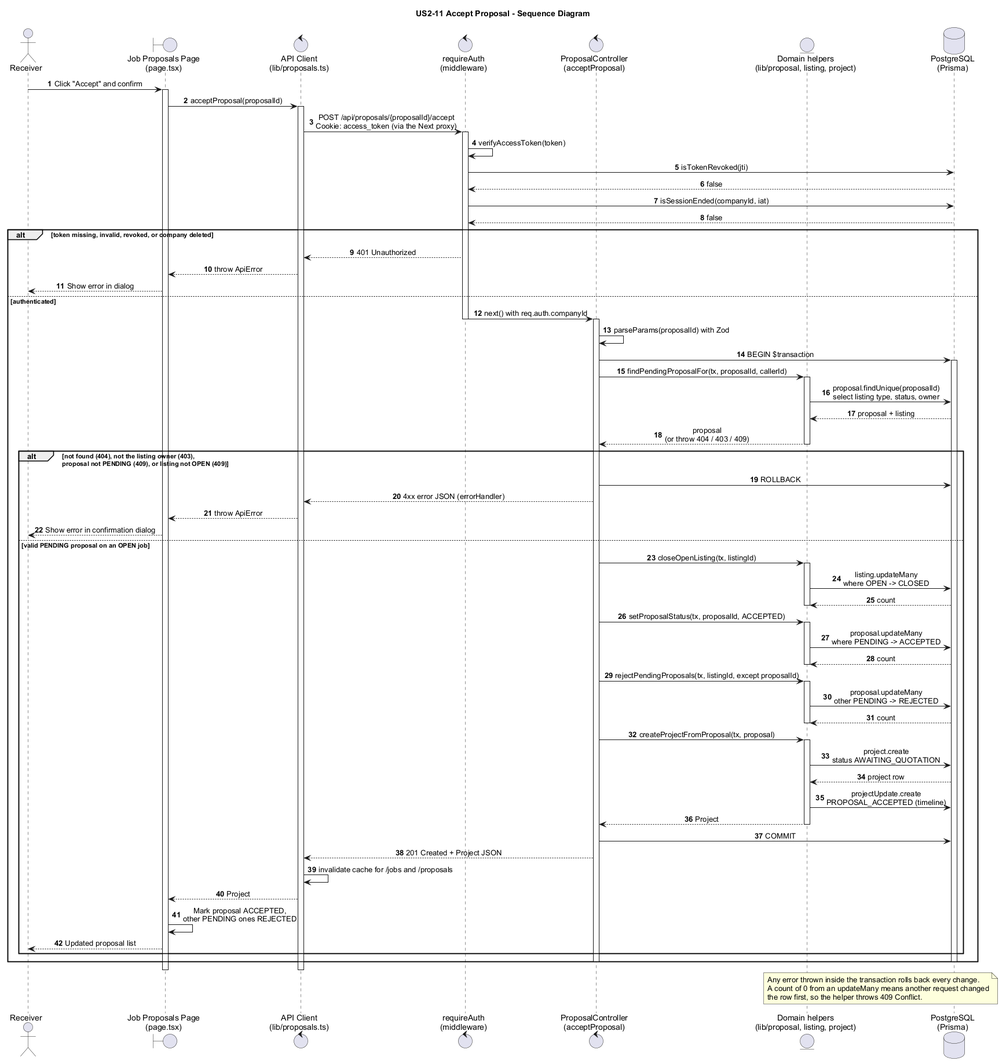
The PlantUML diagram docs/uml/sequence/accept-proposal-implementation.png in taofuuu/MangoDB, before a commit. Its diagram source:
```plantuml
@startuml accept-proposal-implementation
title US2-11 Accept Proposal - Sequence Diagram

skinparam shadowing false
skinparam defaultFontName Arial
skinparam sequenceMessageAlign center
<style>
participant {
  Padding 12
}
</style>
autonumber

actor Receiver
boundary "Job Proposals Page\n(page.tsx)" as Page
control "API Client\n(lib/proposals.ts)" as Client
control "requireAuth\n(middleware)" as Auth
control "ProposalController\n(acceptProposal)" as Ctrl
entity "Domain helpers\n(lib/proposal, listing, project)" as Lib
database "PostgreSQL\n(Prisma)" as DB

Receiver -> Page : Click "Accept" and confirm
activate Page
Page -> Client : acceptProposal(proposalId)
activate Client
Client -> Auth : POST /api/proposals/{proposalId}/accept\nCookie: access_token (via the Next proxy)
activate Auth

Auth -> Auth : verifyAccessToken(token)
Auth -> DB : isTokenRevoked(jti)
DB --> Auth : false
Auth -> DB : isSessionEnded(companyId, iat)
DB --> Auth : false

alt token missing, invalid, revoked, or company deleted
  Auth --> Client : 401 Unauthorized
  Client --> Page : throw ApiError
  Page --> Receiver : Show error in dialog
else authenticated
  Auth -> Ctrl : next() with req.auth.companyId
  deactivate Auth
  activate Ctrl
  Ctrl -> Ctrl : parseParams(proposalId) with Zod

  Ctrl -> DB : BEGIN $transaction
  activate DB

  Ctrl -> Lib : findPendingProposalFor(tx, proposalId, callerId)
  activate Lib
  Lib -> DB : proposal.findUnique(proposalId)\nselect listing type, status, owner
  DB --> Lib : proposal + listing
  Lib --> Ctrl : proposal\n(or throw 404 / 403 / 409)
  deactivate Lib

  alt not found (404), not the listing owner (403),\nproposal not PENDING (409), or listing not OPEN (409)
    Ctrl -> DB : ROLLBACK
    Ctrl --> Client : 4xx error JSON (errorHandler)
    Client --> Page : throw ApiError
    Page --> Receiver : Show error in confirmation dialog
  else valid PENDING proposal on an OPEN job
    Ctrl -> Lib : closeOpenListing(tx, listingId)
    activate Lib
    Lib -> DB : listing.updateMany\nwhere OPEN -> CLOSED
    DB --> Lib : count
    deactivate Lib

    Ctrl -> Lib : setProposalStatus(tx, proposalId, ACCEPTED)
    activate Lib
    Lib -> DB : proposal.updateMany\nwhere PENDING -> ACCEPTED
    DB --> Lib : count
    deactivate Lib

    Ctrl -> Lib : rejectPendingProposals(tx, listingId, except proposalId)
    activate Lib
    Lib -> DB : proposal.updateMany\nother PENDING -> REJECTED
    DB --> Lib : count
    deactivate Lib

    Ctrl -> Lib : createProjectFromProposal(tx, proposal)
    activate Lib
    Lib -> DB : project.create\nstatus AWAITING_QUOTATION
    DB --> Lib : project row
    Lib -> DB : projectUpdate.create\nPROPOSAL_ACCEPTED (timeline)
    Lib --> Ctrl : Project
    deactivate Lib

    Ctrl -> DB : COMMIT
    Ctrl --> Client : 201 Created + Project JSON
    Client -> Client : invalidate cache for /jobs and /proposals
    Client --> Page : Project
    Page -> Page : Mark proposal ACCEPTED,\nother PENDING ones REJECTED
    Page --> Receiver : Updated proposal list
  end
  deactivate DB
  deactivate Ctrl
end
deactivate Client
deactivate Page

note over Lib, DB
  Any error thrown inside the transaction rolls back every change.
  A count of 0 from an updateMany means another request changed
  the row first, so the helper throws 409 Conflict.
end note
@enduml
```
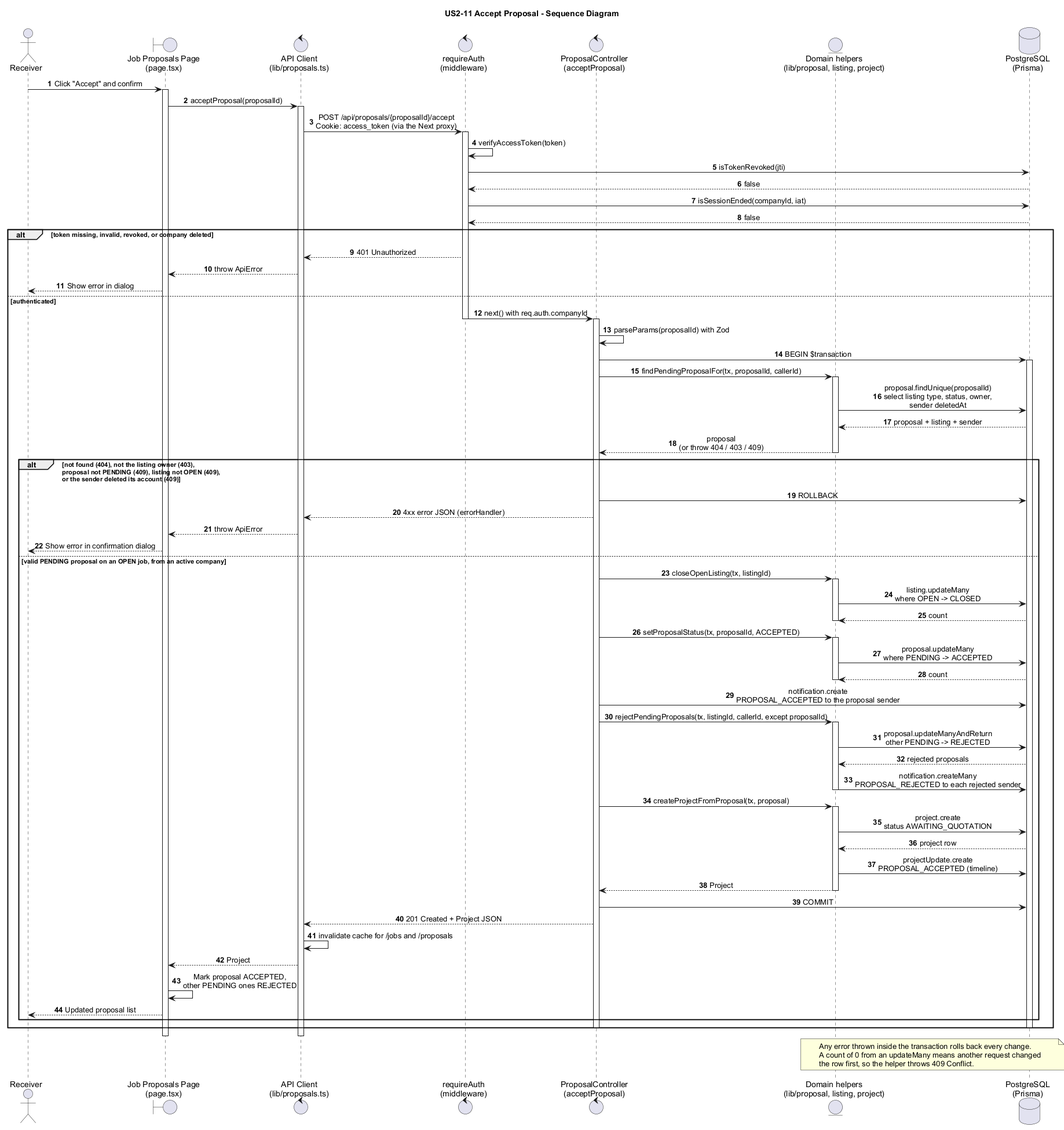
The same file after the commit.

Commit message:
docs(uml): show notices and the deleted-sender check on accept

Diff of the diagram source:
```diff
@@ -47,17 +47,17 @@
 
   Ctrl -> Lib : findPendingProposalFor(tx, proposalId, callerId)
   activate Lib
-  Lib -> DB : proposal.findUnique(proposalId)\nselect listing type, status, owner
-  DB --> Lib : proposal + listing
+  Lib -> DB : proposal.findUnique(proposalId)\nselect listing type, status, owner,\nsender deletedAt
+  DB --> Lib : proposal + listing + sender
   Lib --> Ctrl : proposal\n(or throw 404 / 403 / 409)
   deactivate Lib
 
-  alt not found (404), not the listing owner (403),\nproposal not PENDING (409), or listing not OPEN (409)
+  alt not found (404), not the listing owner (403),\nproposal not PENDING (409), listing not OPEN (409),\nor the sender deleted its account (409)
     Ctrl -> DB : ROLLBACK
     Ctrl --> Client : 4xx error JSON (errorHandler)
     Client --> Page : throw ApiError
     Page --> Receiver : Show error in confirmation dialog
-  else valid PENDING proposal on an OPEN job
+  else valid PENDING proposal on an OPEN job, from an active company
     Ctrl -> Lib : closeOpenListing(tx, listingId)
     activate Lib
     Lib -> DB : listing.updateMany\nwhere OPEN -> CLOSED
@@ -70,10 +70,13 @@
     DB --> Lib : count
     deactivate Lib
 
-    Ctrl -> Lib : rejectPendingProposals(tx, listingId, except proposalId)
+    Ctrl -> DB : notification.create\nPROPOSAL_ACCEPTED to the proposal sender
+
+    Ctrl -> Lib : rejectPendingProposals(tx, listingId, callerId, except proposalId)
     activate Lib
-    Lib -> DB : proposal.updateMany\nother PENDING -> REJECTED
-    DB --> Lib : count
+    Lib -> DB : proposal.updateManyAndReturn\nother PENDING -> REJECTED
+    DB --> Lib : rejected proposals
+    Lib -> DB : notification.createMany\nPROPOSAL_REJECTED to each rejected sender
     deactivate Lib
 
     Ctrl -> Lib : createProjectFromProposal(tx, proposal)
```
